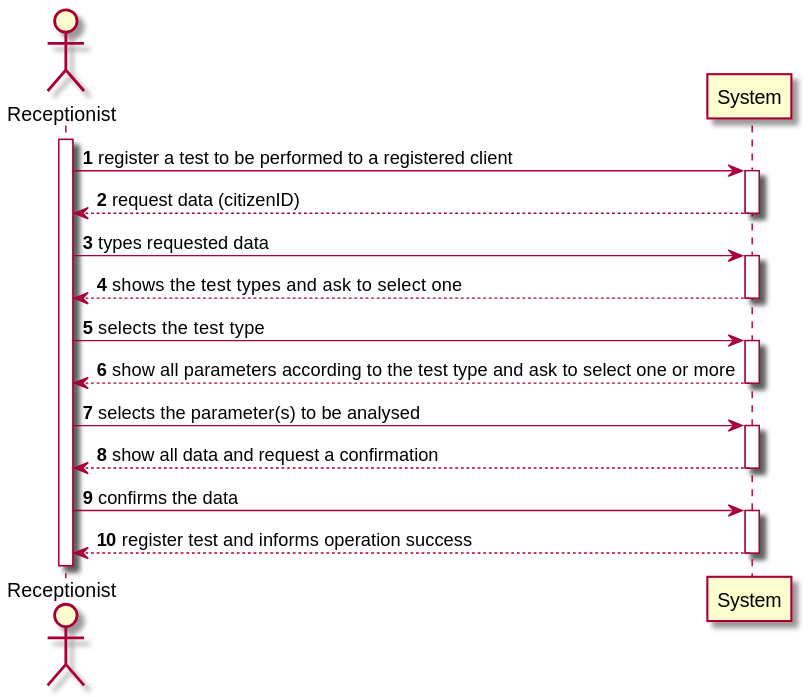
This is docs/SprintC/US04/US04-SSD.svg from 0franciscor/lei-21-s2-1de-g19, a PlantUML export, as it was before one commit.
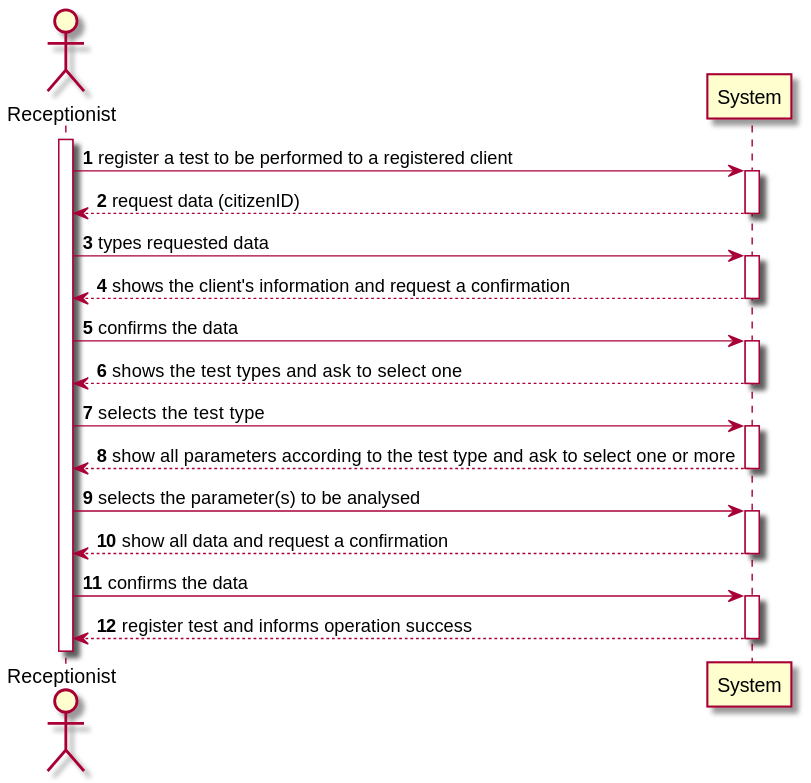
After the commit.

Change to the diagram source:
```diff
@@ -7,6 +7,8 @@
 R -> System ++: register a test to be performed to a registered client
 System -->  R --: request data (citizenID)
 R -> System ++: types requested data
+System -->  R --: shows the client's information and request a confirmation
+R -> System ++: confirms the data
 System --> R --: shows the test types and ask to select one
 R -> System ++: selects the test type
 System --> R --: show all parameters according to the test type and ask to select one or more
```
